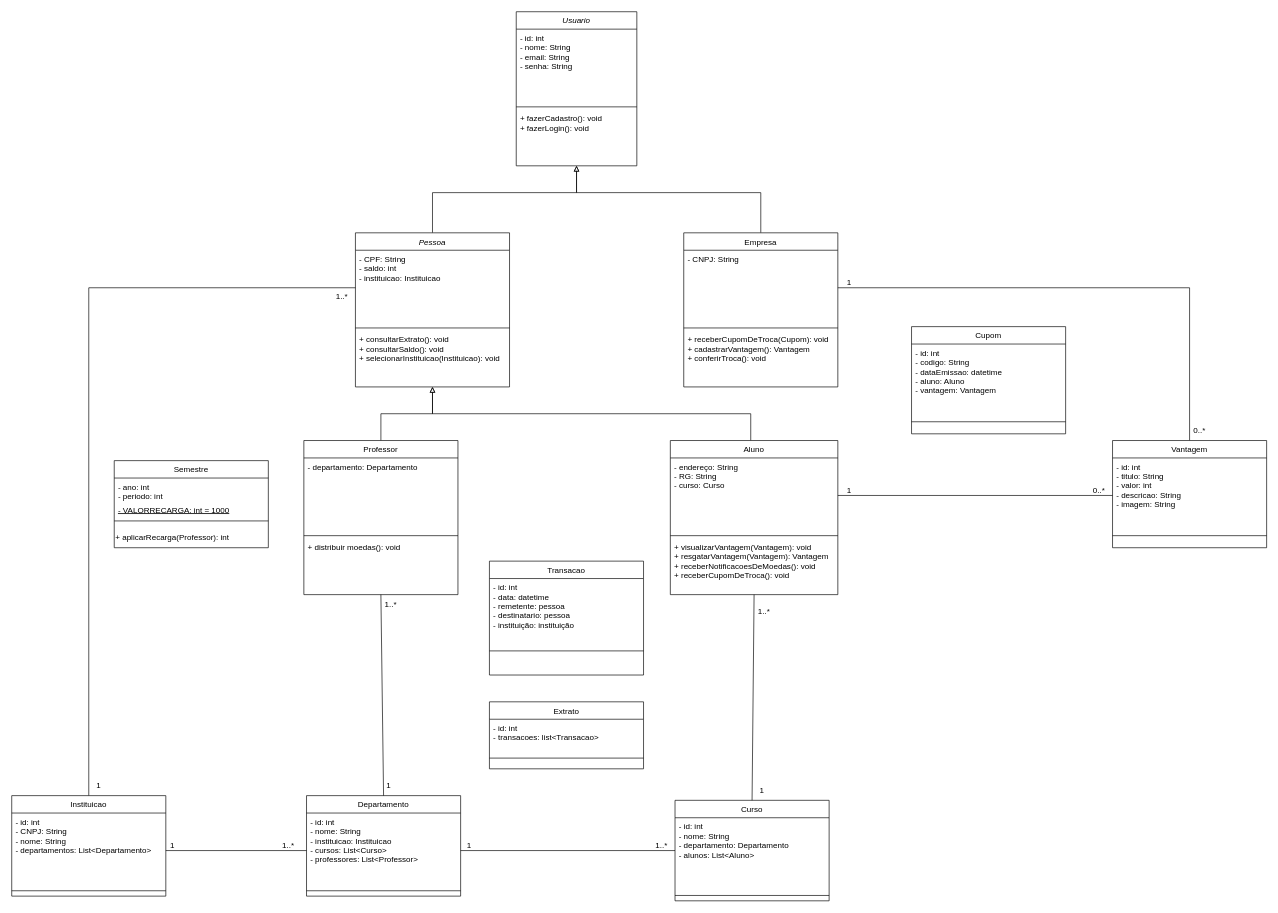
pedrolucas444/laboratorio-3 keeps this draw.io diagram as projeto/drawio/Diagrama de classes.drawio. Above is the earlier version. Source tidied: cells renumbered, new cells numbered last; positions are measured from the earlier drawing's top-left corner, leaving out a move shared by most shapes. Both pictures are drawn from the tidied source at 67%, with x=0, y=0 at pixel (11, 11).
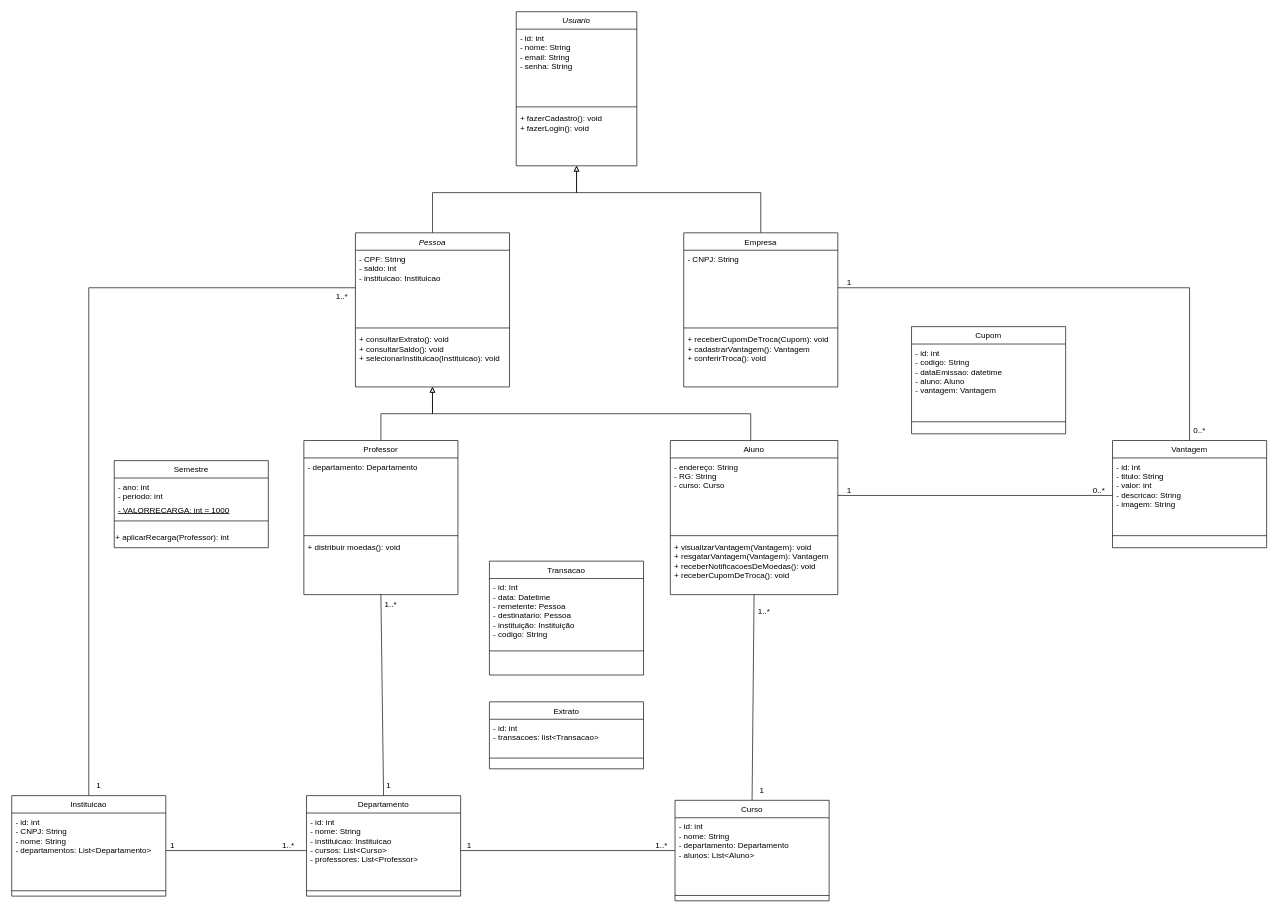
Above is the later version.

The change refers to these unchanged cells:
```xml
<mxCell id="64" value="Transacao" style="swimlane;fontStyle=0;align=center;verticalAlign=top;horizontal=1;startSize=26;rounded=0;shadow=0;strokeWidth=1;" parent="1" vertex="1">
  <mxGeometry x="713" y="820" width="230" height="170" as="geometry" />
</mxCell>
```

The edit, as a diff of the source:
```diff
@@
-    <mxCell id="65" value="- id: int&#10;- data: datetime&#10;- remetente: pessoa&#10;- destinatario: pessoa&#10;- instituição: instituição" style="text;align=left;verticalAlign=top;spacingLeft=4;spacingRight=4;overflow=hidden;rounded=0;shadow=0;html=0;" parent="64" vertex="1">
+    <mxCell id="65" value="- id: Int&#10;- data: Datetime&#10;- remetente: Pessoa&#10;- destinatario: Pessoa&#10;- instituição: Instituição&#10;- codigo: String" style="text;align=left;verticalAlign=top;spacingLeft=4;spacingRight=4;overflow=hidden;rounded=0;shadow=0;html=0;" parent="64" vertex="1">
       <mxGeometry y="26" width="230" height="104" as="geometry" />
     </mxCell>
```
